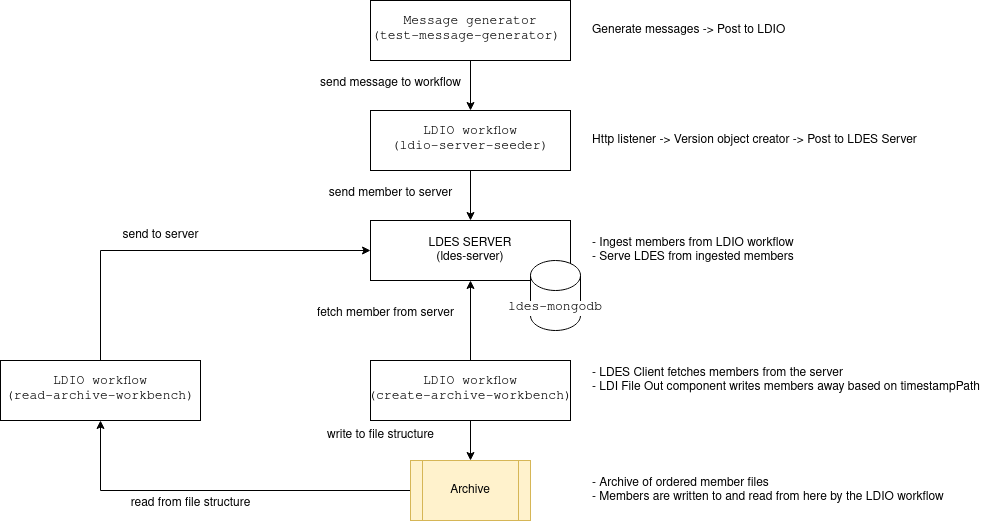
Before: tests/033.archiving/artwork/test-33.drawio.png, a diagram exported from draw.io (Informatievlaanderen/VSDS-LDES-E2E-testing). Source tidied: cells renumbered, new cells last; positions are measured from the earlier drawing's top-left corner, leaving out a move shared by most shapes. The source it was exported from:
```xml
<mxGraphModel>
  <root>
    <mxCell id="0" />
    <mxCell id="1" parent="0" />
    <mxCell id="2" style="edgeStyle=orthogonalEdgeStyle;rounded=0;jettySize=auto;html=1;" parent="1" edge="1" source="3" target="5">
      <mxGeometry relative="1" as="geometry" />
    </mxCell>
    <mxCell id="3" value="&lt;div style=&quot;background-color:#ffffff;color:#080808;font-family:'JetBrains Mono',monospace;font-size:9.8pt;&quot;&gt;&lt;pre&gt;Message generator&lt;br&gt;(test-message-generator) &lt;/pre&gt;&lt;/div&gt;" style="rounded=0;whiteSpace=wrap;html=1;" parent="1" vertex="1">
      <mxGeometry x="370" width="200" height="60" as="geometry" />
    </mxCell>
    <mxCell id="4" style="edgeStyle=orthogonalEdgeStyle;rounded=0;jettySize=auto;html=1;entryX=0.5;entryY=0;entryDx=0;entryDy=0;" parent="1" edge="1" source="5" target="8">
      <mxGeometry relative="1" as="geometry" />
    </mxCell>
    <mxCell id="5" value="&lt;div style=&quot;background-color:#ffffff;color:#080808;font-family:'JetBrains Mono',monospace;font-size:9.8pt;&quot;&gt;&lt;pre&gt;LDIO workflow&lt;br&gt;(ldio-server-seeder)&lt;/pre&gt;&lt;/div&gt;" style="rounded=0;whiteSpace=wrap;html=1;" parent="1" vertex="1">
      <mxGeometry x="370" y="110" width="200" height="60" as="geometry" />
    </mxCell>
    <mxCell id="6" value="&lt;div align=&quot;left&quot;&gt;Http listener -&amp;gt; Version object creator -&amp;gt; Post to LDES Server&lt;/div&gt;" style="text;html=1;align=left;verticalAlign=middle;strokeColor=none;fillColor=none;" parent="1" vertex="1">
      <mxGeometry x="590" y="125" width="350" height="30" as="geometry" />
    </mxCell>
    <mxCell id="7" value="&lt;div align=&quot;left&quot;&gt;Generate messages -&amp;gt; Post to LDIO&lt;/div&gt;" style="text;html=1;align=left;verticalAlign=middle;strokeColor=none;fillColor=none;" parent="1" vertex="1">
      <mxGeometry x="590" y="15" width="220" height="30" as="geometry" />
    </mxCell>
    <mxCell id="8" value="&lt;div&gt;LDES SERVER&lt;/div&gt;&lt;div&gt;(ldes-server)&lt;/div&gt;" style="rounded=0;whiteSpace=wrap;html=1;" parent="1" vertex="1">
      <mxGeometry x="370" y="220" width="200" height="60" as="geometry" />
    </mxCell>
    <mxCell id="9" value="&lt;div align=&quot;left&quot;&gt;- Ingest members from LDIO workflow&lt;/div&gt;&lt;div align=&quot;left&quot;&gt;- Serve LDES from ingested members&lt;br&gt;&lt;/div&gt;" style="text;html=1;align=left;verticalAlign=middle;strokeColor=none;fillColor=none;" parent="1" vertex="1">
      <mxGeometry x="590" y="230" width="230" height="40" as="geometry" />
    </mxCell>
    <mxCell id="10" value="&lt;div style=&quot;background-color:#ffffff;color:#080808;font-family:'JetBrains Mono',monospace;font-size:9.8pt;&quot;&gt;&lt;pre&gt;ldes-mongodb&lt;/pre&gt;&lt;/div&gt;" style="shape=cylinder3;whiteSpace=wrap;html=1;boundedLbl=1;backgroundOutline=1;size=15;" parent="1" vertex="1">
      <mxGeometry x="530" y="260" width="50" height="70" as="geometry" />
    </mxCell>
    <mxCell id="11" value="send message to workflow" style="text;html=1;align=center;verticalAlign=middle;strokeColor=none;fillColor=none;" parent="1" vertex="1">
      <mxGeometry x="310" y="68" width="160" height="30" as="geometry" />
    </mxCell>
    <mxCell id="12" value="&lt;div&gt;send member to server&lt;/div&gt;" style="text;html=1;align=center;verticalAlign=middle;strokeColor=none;fillColor=none;" parent="1" vertex="1">
      <mxGeometry x="315" y="178" width="150" height="30" as="geometry" />
    </mxCell>
    <mxCell id="13" value="fetch member from server" style="text;html=1;align=center;verticalAlign=middle;strokeColor=none;fillColor=none;" parent="1" vertex="1">
      <mxGeometry x="305" y="298" width="160" height="30" as="geometry" />
    </mxCell>
    <mxCell id="14" style="edgeStyle=orthogonalEdgeStyle;rounded=0;jettySize=auto;html=1;entryX=0.5;entryY=0;entryDx=0;entryDy=0;" parent="1" edge="1" source="16" target="19">
      <mxGeometry relative="1" as="geometry" />
    </mxCell>
    <mxCell id="15" style="edgeStyle=orthogonalEdgeStyle;rounded=0;jettySize=auto;html=1;entryX=0.5;entryY=1;entryDx=0;entryDy=0;" parent="1" edge="1" source="16" target="8">
      <mxGeometry relative="1" as="geometry" />
    </mxCell>
    <mxCell id="16" value="&lt;div style=&quot;font-family: &amp;quot;JetBrains Mono&amp;quot;, monospace; font-size: 9.8pt;&quot;&gt;&lt;pre&gt;&lt;font color=&quot;#080808&quot;&gt;LDIO workflow&lt;br&gt;(create-archive-workbench)&lt;/font&gt;&lt;/pre&gt;&lt;/div&gt;" style="rounded=0;whiteSpace=wrap;html=1;" parent="1" vertex="1">
      <mxGeometry x="370" y="360" width="200" height="60" as="geometry" />
    </mxCell>
    <mxCell id="17" value="&lt;div align=&quot;left&quot;&gt;- LDES Client fetches members from the server&lt;/div&gt;&lt;div align=&quot;left&quot;&gt;- LDI File Out component writes members away based on timestampPath&lt;br&gt;&lt;/div&gt;" style="text;html=1;align=left;verticalAlign=middle;strokeColor=none;fillColor=none;" parent="1" vertex="1">
      <mxGeometry x="590" y="360" width="410" height="40" as="geometry" />
    </mxCell>
    <mxCell id="18" style="edgeStyle=orthogonalEdgeStyle;rounded=0;jettySize=auto;html=1;entryX=0.5;entryY=1;entryDx=0;entryDy=0;" parent="1" edge="1" source="19" target="22">
      <mxGeometry relative="1" as="geometry" />
    </mxCell>
    <mxCell id="19" value="Archive" style="shape=process;whiteSpace=wrap;html=1;backgroundOutline=1;fillColor=#fff2cc;strokeColor=#d6b656;" parent="1" vertex="1">
      <mxGeometry x="410" y="460" width="120" height="60" as="geometry" />
    </mxCell>
    <mxCell id="20" value="&lt;div align=&quot;left&quot;&gt;- Archive of ordered member files&amp;nbsp;&lt;/div&gt;&lt;div align=&quot;left&quot;&gt;- Members are written to and read from here by the LDIO workflow&lt;/div&gt;" style="text;html=1;align=left;verticalAlign=middle;strokeColor=none;fillColor=none;" parent="1" vertex="1">
      <mxGeometry x="590" y="470" width="380" height="40" as="geometry" />
    </mxCell>
    <mxCell id="21" style="edgeStyle=orthogonalEdgeStyle;rounded=0;jettySize=auto;html=1;entryX=0;entryY=0.5;entryDx=0;entryDy=0;exitX=0.5;exitY=0;exitDx=0;exitDy=0;" parent="1" edge="1" source="22" target="8">
      <mxGeometry relative="1" as="geometry" />
    </mxCell>
    <mxCell id="22" value="&lt;div style=&quot;font-family: &amp;quot;JetBrains Mono&amp;quot;, monospace; font-size: 9.8pt;&quot;&gt;&lt;pre&gt;&lt;font color=&quot;#080808&quot;&gt;LDIO workflow&lt;br&gt;(read-archive-workbench)&lt;/font&gt;&lt;/pre&gt;&lt;/div&gt;" style="rounded=0;whiteSpace=wrap;html=1;" parent="1" vertex="1">
      <mxGeometry y="360" width="200" height="60" as="geometry" />
    </mxCell>
    <mxCell id="23" value="write to file structure" style="text;html=1;align=center;verticalAlign=middle;strokeColor=none;fillColor=none;" parent="1" vertex="1">
      <mxGeometry x="315" y="420" width="130" height="30" as="geometry" />
    </mxCell>
    <mxCell id="24" value="read from file structure" style="text;html=1;align=center;verticalAlign=middle;strokeColor=none;fillColor=none;" parent="1" vertex="1">
      <mxGeometry x="120" y="488" width="140" height="30" as="geometry" />
    </mxCell>
    <mxCell id="25" value="send to server" style="text;html=1;align=center;verticalAlign=middle;strokeColor=none;fillColor=none;" parent="1" vertex="1">
      <mxGeometry x="110" y="220" width="100" height="30" as="geometry" />
    </mxCell>
  </root>
</mxGraphModel>
```
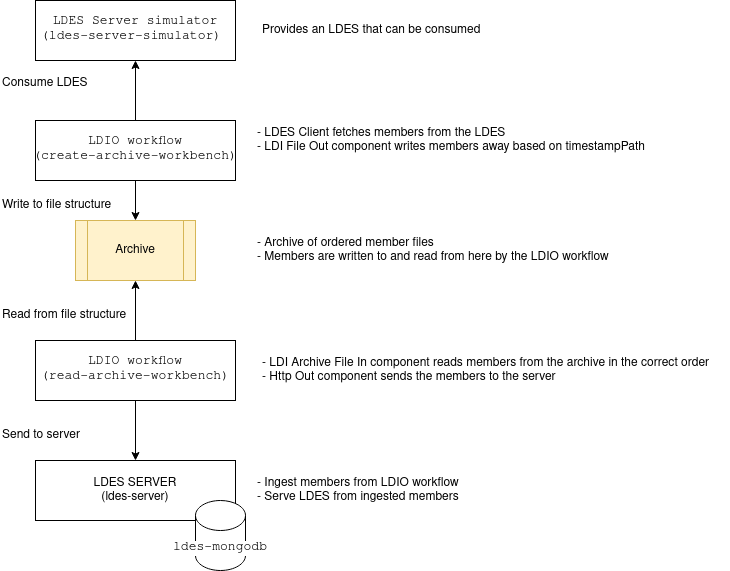
The same file after the commit.

The edit, as a diff of the source:
```diff
@@ -2,77 +2,62 @@
   <root>
     <mxCell id="0" />
     <mxCell id="1" parent="0" />
-    <mxCell id="2" style="edgeStyle=orthogonalEdgeStyle;rounded=0;jettySize=auto;html=1;" parent="1" edge="1" source="3" target="5">
-      <mxGeometry relative="1" as="geometry" />
-    </mxCell>
-    <mxCell id="3" value="&lt;div style=&quot;background-color:#ffffff;color:#080808;font-family:'JetBrains Mono',monospace;font-size:9.8pt;&quot;&gt;&lt;pre&gt;Message generator&lt;br&gt;(test-message-generator) &lt;/pre&gt;&lt;/div&gt;" style="rounded=0;whiteSpace=wrap;html=1;" parent="1" vertex="1">
-      <mxGeometry x="370" width="200" height="60" as="geometry" />
+    <mxCell id="3" value="&lt;div style=&quot;background-color:#ffffff;color:#080808;font-family:'JetBrains Mono',monospace;font-size:9.8pt;&quot;&gt;&lt;pre&gt;LDES Server simulator&lt;br&gt;(ldes-server-simulator) &lt;/pre&gt;&lt;/div&gt;" style="rounded=0;whiteSpace=wrap;html=1;" parent="1" vertex="1">
+      <mxGeometry x="365" width="200" height="60" as="geometry" />
     </mxCell>
-    <mxCell id="4" style="edgeStyle=orthogonalEdgeStyle;rounded=0;jettySize=auto;html=1;entryX=0.5;entryY=0;entryDx=0;entryDy=0;" parent="1" edge="1" source="5" target="8">
-      <mxGeometry relative="1" as="geometry" />
-    </mxCell>
-    <mxCell id="5" value="&lt;div style=&quot;background-color:#ffffff;color:#080808;font-family:'JetBrains Mono',monospace;font-size:9.8pt;&quot;&gt;&lt;pre&gt;LDIO workflow&lt;br&gt;(ldio-server-seeder)&lt;/pre&gt;&lt;/div&gt;" style="rounded=0;whiteSpace=wrap;html=1;" parent="1" vertex="1">
-      <mxGeometry x="370" y="110" width="200" height="60" as="geometry" />
-    </mxCell>
-    <mxCell id="6" value="&lt;div align=&quot;left&quot;&gt;Http listener -&amp;gt; Version object creator -&amp;gt; Post to LDES Server&lt;/div&gt;" style="text;html=1;align=left;verticalAlign=middle;strokeColor=none;fillColor=none;" parent="1" vertex="1">
-      <mxGeometry x="590" y="125" width="350" height="30" as="geometry" />
-    </mxCell>
-    <mxCell id="7" value="&lt;div align=&quot;left&quot;&gt;Generate messages -&amp;gt; Post to LDIO&lt;/div&gt;" style="text;html=1;align=left;verticalAlign=middle;strokeColor=none;fillColor=none;" parent="1" vertex="1">
-      <mxGeometry x="590" y="15" width="220" height="30" as="geometry" />
+    <mxCell id="7" value="&lt;div align=&quot;left&quot;&gt;Provides an LDES that can be consumed&lt;br&gt;&lt;/div&gt;" style="text;html=1;align=left;verticalAlign=middle;strokeColor=none;fillColor=none;" parent="1" vertex="1">
+      <mxGeometry x="590" y="15" width="240" height="30" as="geometry" />
     </mxCell>
     <mxCell id="8" value="&lt;div&gt;LDES SERVER&lt;/div&gt;&lt;div&gt;(ldes-server)&lt;/div&gt;" style="rounded=0;whiteSpace=wrap;html=1;" parent="1" vertex="1">
-      <mxGeometry x="370" y="220" width="200" height="60" as="geometry" />
+      <mxGeometry x="365" y="460" width="200" height="60" as="geometry" />
     </mxCell>
     <mxCell id="9" value="&lt;div align=&quot;left&quot;&gt;- Ingest members from LDIO workflow&lt;/div&gt;&lt;div align=&quot;left&quot;&gt;- Serve LDES from ingested members&lt;br&gt;&lt;/div&gt;" style="text;html=1;align=left;verticalAlign=middle;strokeColor=none;fillColor=none;" parent="1" vertex="1">
-      <mxGeometry x="590" y="230" width="230" height="40" as="geometry" />
+      <mxGeometry x="585" y="470" width="230" height="40" as="geometry" />
     </mxCell>
     <mxCell id="10" value="&lt;div style=&quot;background-color:#ffffff;color:#080808;font-family:'JetBrains Mono',monospace;font-size:9.8pt;&quot;&gt;&lt;pre&gt;ldes-mongodb&lt;/pre&gt;&lt;/div&gt;" style="shape=cylinder3;whiteSpace=wrap;html=1;boundedLbl=1;backgroundOutline=1;size=15;" parent="1" vertex="1">
-      <mxGeometry x="530" y="260" width="50" height="70" as="geometry" />
+      <mxGeometry x="525" y="500" width="50" height="70" as="geometry" />
     </mxCell>
-    <mxCell id="11" value="send message to workflow" style="text;html=1;align=center;verticalAlign=middle;strokeColor=none;fillColor=none;" parent="1" vertex="1">
-      <mxGeometry x="310" y="68" width="160" height="30" as="geometry" />
+    <mxCell id="11" value="&lt;div align=&quot;left&quot;&gt;Consume LDES&lt;/div&gt;" style="text;html=1;align=left;verticalAlign=middle;strokeColor=none;fillColor=none;" parent="1" vertex="1">
+      <mxGeometry x="330" y="68" width="110" height="30" as="geometry" />
     </mxCell>
-    <mxCell id="12" value="&lt;div&gt;send member to server&lt;/div&gt;" style="text;html=1;align=center;verticalAlign=middle;strokeColor=none;fillColor=none;" parent="1" vertex="1">
-      <mxGeometry x="315" y="178" width="150" height="30" as="geometry" />
-    </mxCell>
-    <mxCell id="13" value="fetch member from server" style="text;html=1;align=center;verticalAlign=middle;strokeColor=none;fillColor=none;" parent="1" vertex="1">
-      <mxGeometry x="305" y="298" width="160" height="30" as="geometry" />
-    </mxCell>
     <mxCell id="14" style="edgeStyle=orthogonalEdgeStyle;rounded=0;jettySize=auto;html=1;entryX=0.5;entryY=0;entryDx=0;entryDy=0;" parent="1" edge="1" source="16" target="19">
       <mxGeometry relative="1" as="geometry" />
     </mxCell>
-    <mxCell id="15" style="edgeStyle=orthogonalEdgeStyle;rounded=0;jettySize=auto;html=1;entryX=0.5;entryY=1;entryDx=0;entryDy=0;" parent="1" edge="1" source="16" target="8">
-      <mxGeometry relative="1" as="geometry" />
-    </mxCell>
+    <mxCell id="26" style="edgeStyle=orthogonalEdgeStyle;rounded=0;jettySize=auto;html=1;entryX=0.5;entryY=1;entryDx=0;entryDy=0;" parent="1" edge="1" source="16" target="3">
+      <mxGeometry relative="1" as="geometry" />
+    </mxCell>
     <mxCell id="16" value="&lt;div style=&quot;font-family: &amp;quot;JetBrains Mono&amp;quot;, monospace; font-size: 9.8pt;&quot;&gt;&lt;pre&gt;&lt;font color=&quot;#080808&quot;&gt;LDIO workflow&lt;br&gt;(create-archive-workbench)&lt;/font&gt;&lt;/pre&gt;&lt;/div&gt;" style="rounded=0;whiteSpace=wrap;html=1;" parent="1" vertex="1">
-      <mxGeometry x="370" y="360" width="200" height="60" as="geometry" />
+      <mxGeometry x="365" y="120" width="200" height="60" as="geometry" />
     </mxCell>
-    <mxCell id="17" value="&lt;div align=&quot;left&quot;&gt;- LDES Client fetches members from the server&lt;/div&gt;&lt;div align=&quot;left&quot;&gt;- LDI File Out component writes members away based on timestampPath&lt;br&gt;&lt;/div&gt;" style="text;html=1;align=left;verticalAlign=middle;strokeColor=none;fillColor=none;" parent="1" vertex="1">
-      <mxGeometry x="590" y="360" width="410" height="40" as="geometry" />
+    <mxCell id="17" value="&lt;div align=&quot;left&quot;&gt;- LDES Client fetches members from the LDES&lt;br&gt;&lt;/div&gt;&lt;div align=&quot;left&quot;&gt;- LDI File Out component writes members away based on timestampPath&lt;br&gt;&lt;/div&gt;" style="text;html=1;align=left;verticalAlign=middle;strokeColor=none;fillColor=none;" parent="1" vertex="1">
+      <mxGeometry x="585" y="120" width="410" height="40" as="geometry" />
     </mxCell>
-    <mxCell id="18" style="edgeStyle=orthogonalEdgeStyle;rounded=0;jettySize=auto;html=1;entryX=0.5;entryY=1;entryDx=0;entryDy=0;" parent="1" edge="1" source="19" target="22">
-      <mxGeometry relative="1" as="geometry" />
-    </mxCell>
     <mxCell id="19" value="Archive" style="shape=process;whiteSpace=wrap;html=1;backgroundOutline=1;fillColor=#fff2cc;strokeColor=#d6b656;" parent="1" vertex="1">
-      <mxGeometry x="410" y="460" width="120" height="60" as="geometry" />
+      <mxGeometry x="405" y="220" width="120" height="60" as="geometry" />
     </mxCell>
     <mxCell id="20" value="&lt;div align=&quot;left&quot;&gt;- Archive of ordered member files&amp;nbsp;&lt;/div&gt;&lt;div align=&quot;left&quot;&gt;- Members are written to and read from here by the LDIO workflow&lt;/div&gt;" style="text;html=1;align=left;verticalAlign=middle;strokeColor=none;fillColor=none;" parent="1" vertex="1">
-      <mxGeometry x="590" y="470" width="380" height="40" as="geometry" />
+      <mxGeometry x="585" y="230" width="380" height="40" as="geometry" />
     </mxCell>
+    <mxCell id="27" style="edgeStyle=orthogonalEdgeStyle;rounded=0;jettySize=auto;html=1;entryX=0.5;entryY=1;entryDx=0;entryDy=0;" parent="1" edge="1" source="22" target="19">
+      <mxGeometry relative="1" as="geometry" />
+    </mxCell>
-    <mxCell id="21" style="edgeStyle=orthogonalEdgeStyle;rounded=0;jettySize=auto;html=1;entryX=0;entryY=0.5;entryDx=0;entryDy=0;exitX=0.5;exitY=0;exitDx=0;exitDy=0;" parent="1" edge="1" source="22" target="8">
+    <mxCell id="21" style="edgeStyle=orthogonalEdgeStyle;rounded=0;jettySize=auto;html=1;entryX=0.5;entryY=0;entryDx=0;entryDy=0;" parent="1" edge="1" source="22" target="8">
       <mxGeometry relative="1" as="geometry" />
     </mxCell>
     <mxCell id="22" value="&lt;div style=&quot;font-family: &amp;quot;JetBrains Mono&amp;quot;, monospace; font-size: 9.8pt;&quot;&gt;&lt;pre&gt;&lt;font color=&quot;#080808&quot;&gt;LDIO workflow&lt;br&gt;(read-archive-workbench)&lt;/font&gt;&lt;/pre&gt;&lt;/div&gt;" style="rounded=0;whiteSpace=wrap;html=1;" parent="1" vertex="1">
-      <mxGeometry y="360" width="200" height="60" as="geometry" />
+      <mxGeometry x="365" y="340" width="200" height="60" as="geometry" />
     </mxCell>
-    <mxCell id="23" value="write to file structure" style="text;html=1;align=center;verticalAlign=middle;strokeColor=none;fillColor=none;" parent="1" vertex="1">
-      <mxGeometry x="315" y="420" width="130" height="30" as="geometry" />
+    <mxCell id="23" value="&lt;div align=&quot;left&quot;&gt;Write to file structure&lt;/div&gt;" style="text;html=1;align=left;verticalAlign=middle;strokeColor=none;fillColor=none;" parent="1" vertex="1">
+      <mxGeometry x="330" y="190" width="130" height="30" as="geometry" />
     </mxCell>
-    <mxCell id="24" value="read from file structure" style="text;html=1;align=center;verticalAlign=middle;strokeColor=none;fillColor=none;" parent="1" vertex="1">
-      <mxGeometry x="120" y="488" width="140" height="30" as="geometry" />
+    <mxCell id="24" value="&lt;div align=&quot;left&quot;&gt;Read from file structure&lt;/div&gt;" style="text;html=1;align=left;verticalAlign=middle;strokeColor=none;fillColor=none;" parent="1" vertex="1">
+      <mxGeometry x="330" y="300" width="150" height="30" as="geometry" />
     </mxCell>
-    <mxCell id="25" value="send to server" style="text;html=1;align=center;verticalAlign=middle;strokeColor=none;fillColor=none;" parent="1" vertex="1">
-      <mxGeometry x="110" y="220" width="100" height="30" as="geometry" />
+    <mxCell id="25" value="&lt;div align=&quot;left&quot;&gt;Send to server&lt;/div&gt;" style="text;html=1;align=left;verticalAlign=middle;strokeColor=none;fillColor=none;" parent="1" vertex="1">
+      <mxGeometry x="330" y="420" width="100" height="30" as="geometry" />
     </mxCell>
+    <mxCell id="28" value="&lt;div align=&quot;left&quot;&gt;- LDI Archive File In component reads members from the archive in the correct order&lt;br&gt;&lt;/div&gt;&lt;div align=&quot;left&quot;&gt;- Http Out component sends the members to the server&lt;br&gt;&lt;/div&gt;" style="text;html=1;align=left;verticalAlign=middle;strokeColor=none;fillColor=none;" parent="1" vertex="1">
+      <mxGeometry x="590" y="350" width="470" height="40" as="geometry" />
+    </mxCell>
   </root>
 </mxGraphModel>
```
